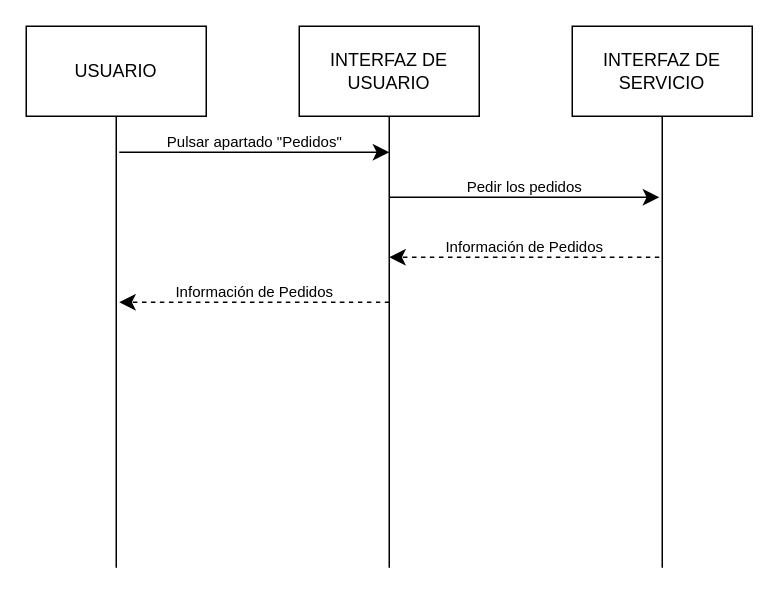
Before: diagrams/secuencia/DS-012.drawio in ClaudiaOviedoGovantes/ComercialPostigo, a draw.io diagram. Source tidied: cells renumbered, new cells numbered last; positions are measured from the earlier drawing's top-left corner, leaving out a move shared by most shapes. Both pictures are drawn from the tidied source at 150%, with x=0, y=0 at pixel (26, 26).
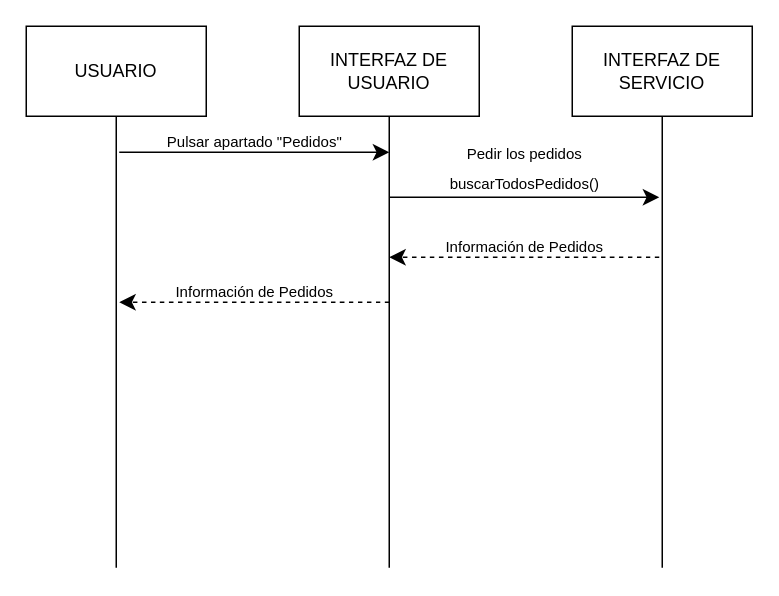
The same page after the edit.

The edit, as a diff of the source:
```diff
@@
-    <mxCell id="11" value="&lt;font style=&quot;font-size: 10px;&quot;&gt;Pedir los pedidos&lt;/font&gt;" style="text;html=1;align=center;verticalAlign=middle;strokeColor=none;fillColor=none;fontSize=16;" parent="1" vertex="1">
-      <mxGeometry x="282" y="90" width="100" height="30" as="geometry" />
+    <mxCell id="11" value="&lt;font style=&quot;font-size: 10px;&quot;&gt;Pedir los pedidos&lt;/font&gt;&lt;div&gt;&lt;font style=&quot;&quot;&gt;&lt;span style=&quot;font-size: 10px;&quot;&gt;buscarTodosPedidos()&lt;/span&gt;&lt;/font&gt;&lt;/div&gt;" style="text;html=1;align=center;verticalAlign=middle;strokeColor=none;fillColor=none;fontSize=16;" parent="1" vertex="1">
+      <mxGeometry x="273" y="68" width="118" height="50" as="geometry" />
     </mxCell>
```
